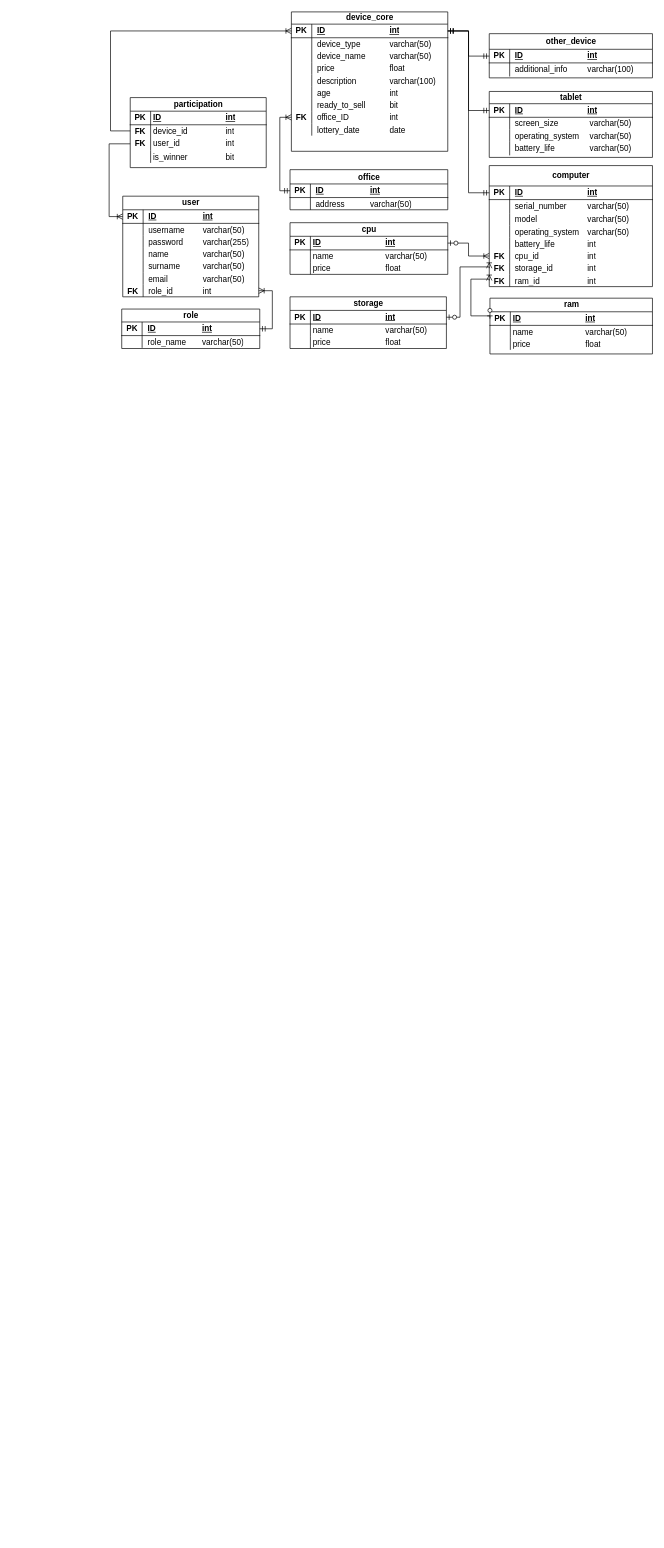
Maurycjo/Praca-dyplomowa keeps this draw.io diagram as Diagrams/ER_Diagramv2.drawio. Above is the earlier version. Source tidied: cells renumbered, new cells numbered last; positions are measured from the earlier drawing's top-left corner, leaving out a move shared by most shapes. Both pictures are drawn from the tidied source at 68%, with x=0, y=0 at pixel (12, 12).
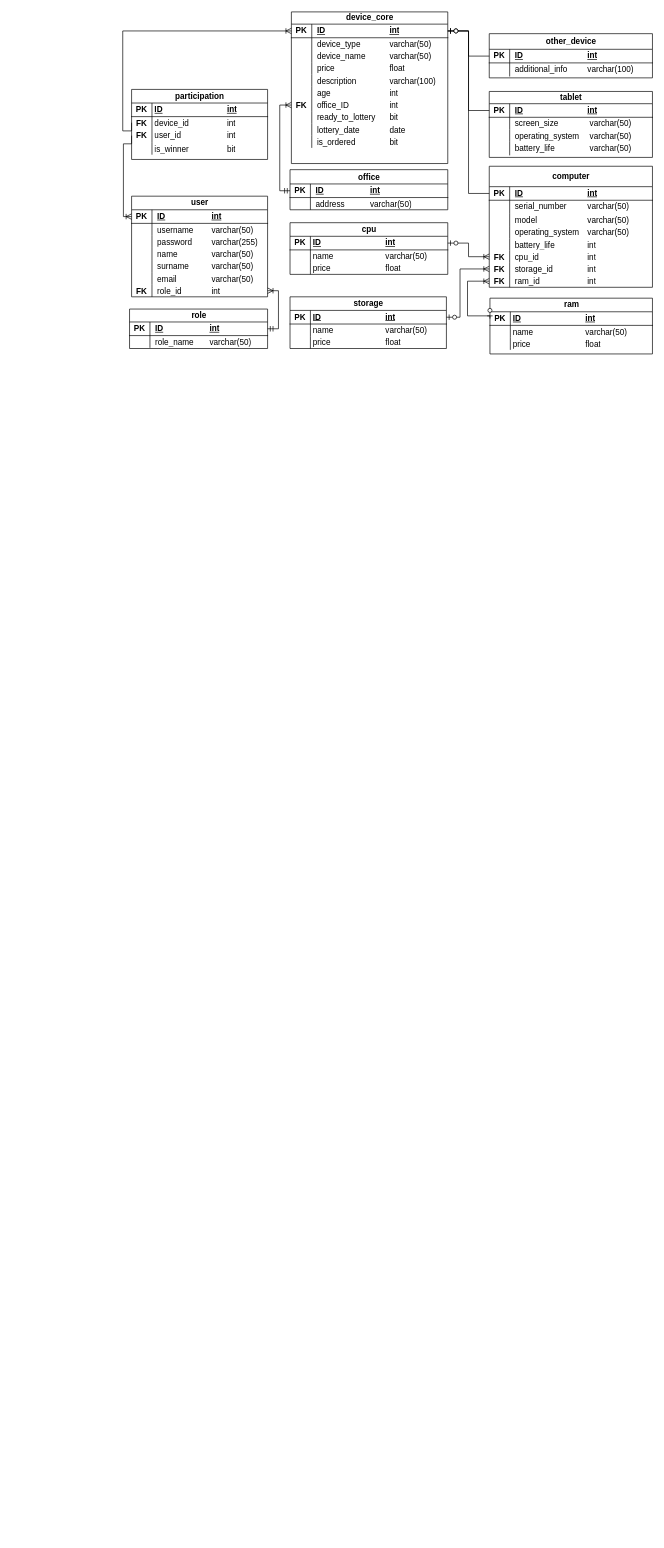
The same diagram, later.

The change refers to these unchanged cells:
```xml
<mxCell id="3" style="shape=tableRow;horizontal=0;startSize=0;swimlaneHead=0;swimlaneBody=0;fillColor=none;points=[[0,0.5],[1,0.5]];portConstraint=eastwest;top=0;left=0;right=0;bottom=1;" parent="2" vertex="1">
  <mxGeometry y="18" width="230" height="20" as="geometry" />
</mxCell>
<mxCell id="31" style="shape=tableRow;horizontal=0;startSize=0;swimlaneHead=0;swimlaneBody=0;fillColor=none;points=[[0,0.5],[1,0.5]];portConstraint=eastwest;top=0;left=0;right=0;bottom=1;" parent="30" vertex="1">
  <mxGeometry y="20" width="230" height="20" as="geometry" />
</mxCell>
<mxCell id="41" style="shape=tableRow;horizontal=0;startSize=0;swimlaneHead=0;swimlaneBody=0;fillColor=none;points=[[0,0.5],[1,0.5]];portConstraint=eastwest;top=0;left=0;right=0;bottom=1;" parent="40" vertex="1">
  <mxGeometry y="20" width="239" height="20" as="geometry" />
</mxCell>
<mxCell id="52" style="shape=tableRow;horizontal=0;startSize=0;swimlaneHead=0;swimlaneBody=0;fillColor=none;points=[[0,0.5],[1,0.5]];portConstraint=eastwest;top=0;left=0;right=0;bottom=1;" parent="51" vertex="1">
  <mxGeometry y="19" width="203" height="20" as="geometry" />
</mxCell>
<mxCell id="59" style="shape=tableRow;horizontal=0;startSize=0;swimlaneHead=0;swimlaneBody=0;fillColor=none;points=[[0,0.5],[1,0.5]];portConstraint=eastwest;top=0;left=0;right=0;bottom=1;" parent="58" vertex="1">
  <mxGeometry y="21" width="232" height="20" as="geometry" />
</mxCell>
<mxCell id="66" style="shape=tableRow;horizontal=0;startSize=0;swimlaneHead=0;swimlaneBody=0;fillColor=none;points=[[0,0.5],[1,0.5]];portConstraint=eastwest;top=0;left=0;right=0;bottom=1;" parent="65" vertex="1">
  <mxGeometry y="23" width="240" height="20" as="geometry" />
</mxCell>
<mxCell id="73" style="shape=tableRow;horizontal=0;startSize=0;swimlaneHead=0;swimlaneBody=0;fillColor=none;points=[[0,0.5],[1,0.5]];portConstraint=eastwest;top=0;left=0;right=0;bottom=1;" parent="72" vertex="1">
  <mxGeometry y="18" width="240" height="20" as="geometry" />
</mxCell>
<mxCell id="86" style="shape=tableRow;horizontal=0;startSize=0;swimlaneHead=0;swimlaneBody=0;fillColor=none;points=[[0,0.5],[1,0.5]];portConstraint=eastwest;top=0;left=0;right=0;bottom=1;" parent="85" vertex="1">
  <mxGeometry y="30" width="240" height="20" as="geometry" />
</mxCell>
<mxCell id="104" style="shape=tableRow;horizontal=0;startSize=0;swimlaneHead=0;swimlaneBody=0;fillColor=none;points=[[0,0.5],[1,0.5]];portConstraint=eastwest;top=0;left=0;right=0;bottom=0;" parent="85" vertex="1">
  <mxGeometry y="142" width="240" height="18" as="geometry" />
</mxCell>
<mxCell id="107" style="shape=tableRow;horizontal=0;startSize=0;swimlaneHead=0;swimlaneBody=0;fillColor=none;points=[[0,0.5],[1,0.5]];portConstraint=eastwest;top=0;left=0;right=0;bottom=0;" parent="85" vertex="1">
  <mxGeometry y="160" width="240" height="18" as="geometry" />
</mxCell>
<mxCell id="121" style="shape=tableRow;horizontal=0;startSize=0;swimlaneHead=0;swimlaneBody=0;fillColor=none;points=[[0,0.5],[1,0.5]];portConstraint=eastwest;top=0;left=0;right=0;bottom=1;" parent="120" vertex="1">
  <mxGeometry y="20" width="200" height="20" as="geometry" />
</mxCell>
<mxCell id="139" style="shape=tableRow;horizontal=0;startSize=0;swimlaneHead=0;swimlaneBody=0;fillColor=none;points=[[0,0.5],[1,0.5]];portConstraint=eastwest;top=0;left=0;right=0;bottom=0;" parent="120" vertex="1">
  <mxGeometry y="130" width="200" height="18" as="geometry" />
</mxCell>
<mxCell id="150" style="shape=tableRow;horizontal=0;startSize=0;swimlaneHead=0;swimlaneBody=0;fillColor=none;points=[[0,0.5],[1,0.5]];portConstraint=eastwest;top=0;left=0;right=0;bottom=0;" parent="146" vertex="1">
  <mxGeometry y="40" width="200" height="18" as="geometry" />
</mxCell>
<mxCell id="153" style="shape=tableRow;horizontal=0;startSize=0;swimlaneHead=0;swimlaneBody=0;fillColor=none;points=[[0,0.5],[1,0.5]];portConstraint=eastwest;top=0;left=0;right=0;bottom=0;" parent="146" vertex="1">
  <mxGeometry y="58" width="200" height="20" as="geometry" />
</mxCell>
```

Change to the diagram source:
```diff
@@
     <mxCell id="2" value="device_core" style="shape=table;startSize=18;childLayout=tableLayout;rowLines=0;fontStyle=1;align=center;html=1;" parent="1" vertex="1">
-      <mxGeometry x="411" width="230" height="205" as="geometry" />
+      <mxGeometry x="411" width="230" height="223" as="geometry" />
     </mxCell>
@@
+    <mxCell id="24" style="shape=tableRow;horizontal=0;startSize=0;swimlaneHead=0;swimlaneBody=0;fillColor=none;points=[[0,0.5],[1,0.5]];portConstraint=eastwest;top=0;left=0;right=0;bottom=0;" parent="2" vertex="1">
+      <mxGeometry y="128" width="230" height="18" as="geometry" />
+    </mxCell>
+    <mxCell id="25" value="&lt;b&gt;FK&lt;/b&gt;" style="shape=partialRectangle;fillColor=none;top=0;left=0;bottom=0;right=0;overflow=hidden;whiteSpace=wrap;html=1;" parent="24" vertex="1">
+      <mxGeometry width="30" height="18" as="geometry" />
+    </mxCell>
+    <mxCell id="26" value="office_ID&lt;span style=&quot;white-space: pre;&quot;&gt;&#9;&lt;/span&gt;&lt;span style=&quot;white-space: pre;&quot;&gt;&#9;&lt;span style=&quot;white-space: pre;&quot;&gt;&#9;&lt;/span&gt;&lt;/span&gt;int" style="shape=partialRectangle;fillColor=none;top=0;left=0;bottom=0;right=0;align=left;spacingLeft=6;overflow=hidden;whiteSpace=wrap;html=1;" parent="24" vertex="1">
+      <mxGeometry x="30" width="200" height="18" as="geometry" />
+    </mxCell>
     <mxCell id="21" style="shape=tableRow;horizontal=0;startSize=0;swimlaneHead=0;swimlaneBody=0;fillColor=none;top=0;left=0;right=0;bottom=0;" parent="2" vertex="1">
-      <mxGeometry y="128" width="230" height="18" as="geometry" />
+      <mxGeometry y="146" width="230" height="18" as="geometry" />
     </mxCell>
@@
-    <mxCell id="23" value="ready_to_sell&lt;span style=&quot;white-space: pre;&quot;&gt;&#9;&lt;/span&gt;&lt;span style=&quot;white-space: pre;&quot;&gt;&#9;&lt;/span&gt;bit" style="shape=partialRectangle;fillColor=none;top=0;left=0;bottom=0;right=0;align=left;spacingLeft=6;overflow=hidden;whiteSpace=wrap;html=1;" parent="21" vertex="1">
+    <mxCell id="23" value="ready_to_lottery&lt;span style=&quot;white-space: pre;&quot;&gt;&#9;&lt;/span&gt;bit" style="shape=partialRectangle;fillColor=none;top=0;left=0;bottom=0;right=0;align=left;spacingLeft=6;overflow=hidden;whiteSpace=wrap;html=1;" parent="21" vertex="1">
       <mxGeometry x="30" width="200" height="18" as="geometry" />
     </mxCell>
-    <mxCell id="24" style="shape=tableRow;horizontal=0;startSize=0;swimlaneHead=0;swimlaneBody=0;fillColor=none;points=[[0,0.5],[1,0.5]];portConstraint=eastwest;top=0;left=0;right=0;bottom=0;" parent="2" vertex="1">
-      <mxGeometry y="146" width="230" height="18" as="geometry" />
-    </mxCell>
-    <mxCell id="25" value="&lt;b&gt;FK&lt;/b&gt;" style="shape=partialRectangle;fillColor=none;top=0;left=0;bottom=0;right=0;overflow=hidden;whiteSpace=wrap;html=1;" parent="24" vertex="1">
-      <mxGeometry width="30" height="18" as="geometry" />
-    </mxCell>
-    <mxCell id="26" value="office_ID&lt;span style=&quot;white-space: pre;&quot;&gt;&#9;&lt;/span&gt;&lt;span style=&quot;white-space: pre;&quot;&gt;&#9;&lt;span style=&quot;white-space: pre;&quot;&gt;&#9;&lt;/span&gt;&lt;/span&gt;int" style="shape=partialRectangle;fillColor=none;top=0;left=0;bottom=0;right=0;align=left;spacingLeft=6;overflow=hidden;whiteSpace=wrap;html=1;" parent="24" vertex="1">
-      <mxGeometry x="30" width="200" height="18" as="geometry" />
-    </mxCell>
@@
+    <mxCell id="166" style="shape=tableRow;horizontal=0;startSize=0;swimlaneHead=0;swimlaneBody=0;fillColor=none;top=0;left=0;right=0;bottom=0;" parent="2" vertex="1">
+      <mxGeometry y="182" width="230" height="18" as="geometry" />
+    </mxCell>
+    <mxCell id="167" style="shape=partialRectangle;fillColor=none;top=0;left=0;bottom=0;right=0;overflow=hidden;whiteSpace=wrap;html=1;" parent="166" vertex="1">
+      <mxGeometry width="30" height="18" as="geometry" />
+    </mxCell>
+    <mxCell id="168" value="is_ordered&lt;span style=&quot;white-space: pre;&quot;&gt;&#9;&lt;/span&gt;&lt;span style=&quot;white-space: pre;&quot;&gt;&#9;&lt;/span&gt;&lt;span style=&quot;white-space: pre;&quot;&gt;bit&lt;/span&gt;" style="shape=partialRectangle;fillColor=none;top=0;left=0;bottom=0;right=0;align=left;spacingLeft=6;overflow=hidden;whiteSpace=wrap;html=1;" parent="166" vertex="1">
+      <mxGeometry x="30" width="200" height="18" as="geometry" />
+    </mxCell>
@@
     <mxCell id="50" style="shape=partialRectangle;fillColor=none;top=0;left=0;bottom=0;right=0;align=left;spacingLeft=6;fontStyle=5;overflow=hidden;whiteSpace=wrap;html=1;" parent="1" vertex="1">
-      <mxGeometry y="1372" width="90" height="30" as="geometry" />
+      <mxGeometry x="472.9" y="2211" width="90" height="30" as="geometry" />
     </mxCell>
     <mxCell id="51" value="role" style="shape=table;startSize=19;childLayout=tableLayout;rowLines=0;fontStyle=1;align=center;html=1;" parent="1" vertex="1">
-      <mxGeometry x="161.5" y="437" width="203" height="58" as="geometry" />
+      <mxGeometry x="173" y="437" width="203" height="58" as="geometry" />
     </mxCell>
@@
     <mxCell id="85" value="computer" style="shape=table;startSize=30;childLayout=tableLayout;rowLines=0;fontStyle=1;align=center;html=1;" parent="1" vertex="1">
-      <mxGeometry x="702" y="226" width="240" height="178" as="geometry" />
+      <mxGeometry x="702" y="227" width="240" height="178" as="geometry" />
     </mxCell>
@@
     <mxCell id="120" value="user" style="shape=table;startSize=20;childLayout=tableLayout;rowLines=0;fontStyle=1;align=center;html=1;" parent="1" vertex="1">
-      <mxGeometry x="163" y="271" width="200" height="148" as="geometry" />
+      <mxGeometry x="176" y="271" width="200" height="148" as="geometry" />
     </mxCell>
@@
-    <mxCell id="143" style="edgeStyle=orthogonalEdgeStyle;fontSize=12;html=1;endArrow=ERmandOne;startArrow=ERmandOne;rounded=0;exitX=1;exitY=0.5;exitDx=0;exitDy=0;entryX=0;entryY=0.5;entryDx=0;entryDy=0;" parent="1" edge="1" source="3" target="66">
-      <mxGeometry relative="1" as="geometry" />
-    </mxCell>
-    <mxCell id="144" style="edgeStyle=orthogonalEdgeStyle;fontSize=12;html=1;endArrow=ERmandOne;startArrow=ERmandOne;rounded=0;exitX=1;exitY=0.5;exitDx=0;exitDy=0;" parent="1" edge="1" source="3" target="73">
-      <mxGeometry relative="1" as="geometry" />
-    </mxCell>
-    <mxCell id="145" style="edgeStyle=orthogonalEdgeStyle;fontSize=12;html=1;endArrow=ERmandOne;startArrow=ERmandOne;rounded=0;exitX=1;exitY=0.5;exitDx=0;exitDy=0;" parent="1" edge="1" source="3" target="86">
-      <mxGeometry relative="1" as="geometry" />
-    </mxCell>
     <mxCell id="146" value="participation" style="shape=table;startSize=20;childLayout=tableLayout;rowLines=0;fontStyle=1;align=center;html=1;" parent="1" vertex="1">
-      <mxGeometry x="174" y="126" width="200" height="103" as="geometry" />
+      <mxGeometry x="176" y="114" width="200" height="103" as="geometry" />
     </mxCell>
@@
     <mxCell id="159" style="fontSize=12;html=1;endArrow=ERoneToMany;rounded=0;entryX=0;entryY=0.5;entryDx=0;entryDy=0;exitX=0;exitY=0.5;exitDx=0;exitDy=0;edgeStyle=orthogonalEdgeStyle;" parent="1" edge="1" source="153" target="121">
       <mxGeometry relative="1" as="geometry">
         <Array as="points">
-          <mxPoint x="143" y="194" />
-          <mxPoint x="143" y="301" />
+          <mxPoint x="176" y="194" />
+          <mxPoint x="164" y="194" />
+          <mxPoint x="164" y="301" />
         </Array>
       </mxGeometry>
     </mxCell>
     <mxCell id="160" style="fontSize=12;html=1;endArrow=ERoneToMany;rounded=0;exitX=0;exitY=0.5;exitDx=0;exitDy=0;entryX=0;entryY=0.5;entryDx=0;entryDy=0;edgeStyle=orthogonalEdgeStyle;" parent="1" edge="1" source="150" target="3">
       <mxGeometry relative="1" as="geometry">
         <Array as="points">
-          <mxPoint x="145" y="175" />
-          <mxPoint x="145" y="28" />
+          <mxPoint x="176" y="175" />
+          <mxPoint x="163" y="175" />
+          <mxPoint x="163" y="28" />
         </Array>
       </mxGeometry>
     </mxCell>
     <mxCell id="161" style="fontSize=12;html=1;endArrow=ERoneToMany;startArrow=ERmandOne;rounded=0;exitX=0;exitY=0.5;exitDx=0;exitDy=0;endFill=0;edgeStyle=orthogonalEdgeStyle;entryX=0;entryY=0.5;entryDx=0;entryDy=0;" parent="1" edge="1" source="59" target="24">
       <mxGeometry relative="1" as="geometry">
         <Array as="points">
-          <mxPoint x="394" y="263" />
-          <mxPoint x="394" y="155" />
+          <mxPoint x="393.9" y="263" />
+          <mxPoint x="393.9" y="137" />
         </Array>
       </mxGeometry>
     </mxCell>
     <mxCell id="162" style="fontSize=12;html=1;endArrow=ERoneToMany;startArrow=ERzeroToOne;rounded=0;entryX=0;entryY=0.5;entryDx=0;entryDy=0;exitX=0;exitY=0.5;exitDx=0;exitDy=0;edgeStyle=orthogonalEdgeStyle;" parent="1" edge="1" source="41" target="107">
       <mxGeometry relative="1" as="geometry">
         <Array as="points">
-          <mxPoint x="675" y="447" />
-          <mxPoint x="675" y="393" />
+          <mxPoint x="703" y="447" />
+          <mxPoint x="670" y="447" />
+          <mxPoint x="670" y="396" />
         </Array>
       </mxGeometry>
     </mxCell>
     <mxCell id="163" style="fontSize=12;html=1;endArrow=ERoneToMany;startArrow=ERzeroToOne;rounded=0;entryX=0;entryY=0.5;entryDx=0;entryDy=0;exitX=1;exitY=0.5;exitDx=0;exitDy=0;edgeStyle=orthogonalEdgeStyle;" parent="1" edge="1" source="31" target="104">
       <mxGeometry relative="1" as="geometry">
         <Array as="points">
           <mxPoint x="659" y="449" />
-          <mxPoint x="659" y="375" />
+          <mxPoint x="659" y="378" />
         </Array>
       </mxGeometry>
     </mxCell>
@@
     <mxCell id="165" style="fontSize=12;html=1;endArrow=ERoneToMany;startArrow=ERmandOne;rounded=0;entryX=1;entryY=0.5;entryDx=0;entryDy=0;exitX=1;exitY=0.5;exitDx=0;exitDy=0;edgeStyle=orthogonalEdgeStyle;" parent="1" edge="1" source="52" target="139">
       <mxGeometry relative="1" as="geometry">
         <Array as="points">
-          <mxPoint x="383" y="466" />
-          <mxPoint x="383" y="410" />
+          <mxPoint x="392" y="466" />
+          <mxPoint x="392" y="410" />
         </Array>
       </mxGeometry>
     </mxCell>
+    <mxCell id="169" style="edgeStyle=orthogonalEdgeStyle;fontSize=12;html=1;endArrow=ERzeroToOne;endFill=1;rounded=0;entryX=1;entryY=0.5;entryDx=0;entryDy=0;exitX=0;exitY=0.5;exitDx=0;exitDy=0;" parent="1" edge="1" source="66" target="3">
+      <mxGeometry relative="1" as="geometry" />
+    </mxCell>
+    <mxCell id="170" style="edgeStyle=orthogonalEdgeStyle;fontSize=12;html=1;endArrow=ERzeroToOne;endFill=1;rounded=0;entryX=1;entryY=0.5;entryDx=0;entryDy=0;exitX=0;exitY=0.5;exitDx=0;exitDy=0;" parent="1" edge="1" source="73" target="3">
+      <mxGeometry relative="1" as="geometry" />
+    </mxCell>
+    <mxCell id="171" style="edgeStyle=orthogonalEdgeStyle;fontSize=12;html=1;endArrow=ERzeroToOne;endFill=1;rounded=0;entryX=1;entryY=0.5;entryDx=0;entryDy=0;exitX=0;exitY=0.5;exitDx=0;exitDy=0;" parent="1" edge="1" source="86" target="3">
+      <mxGeometry relative="1" as="geometry" />
+    </mxCell>
```
